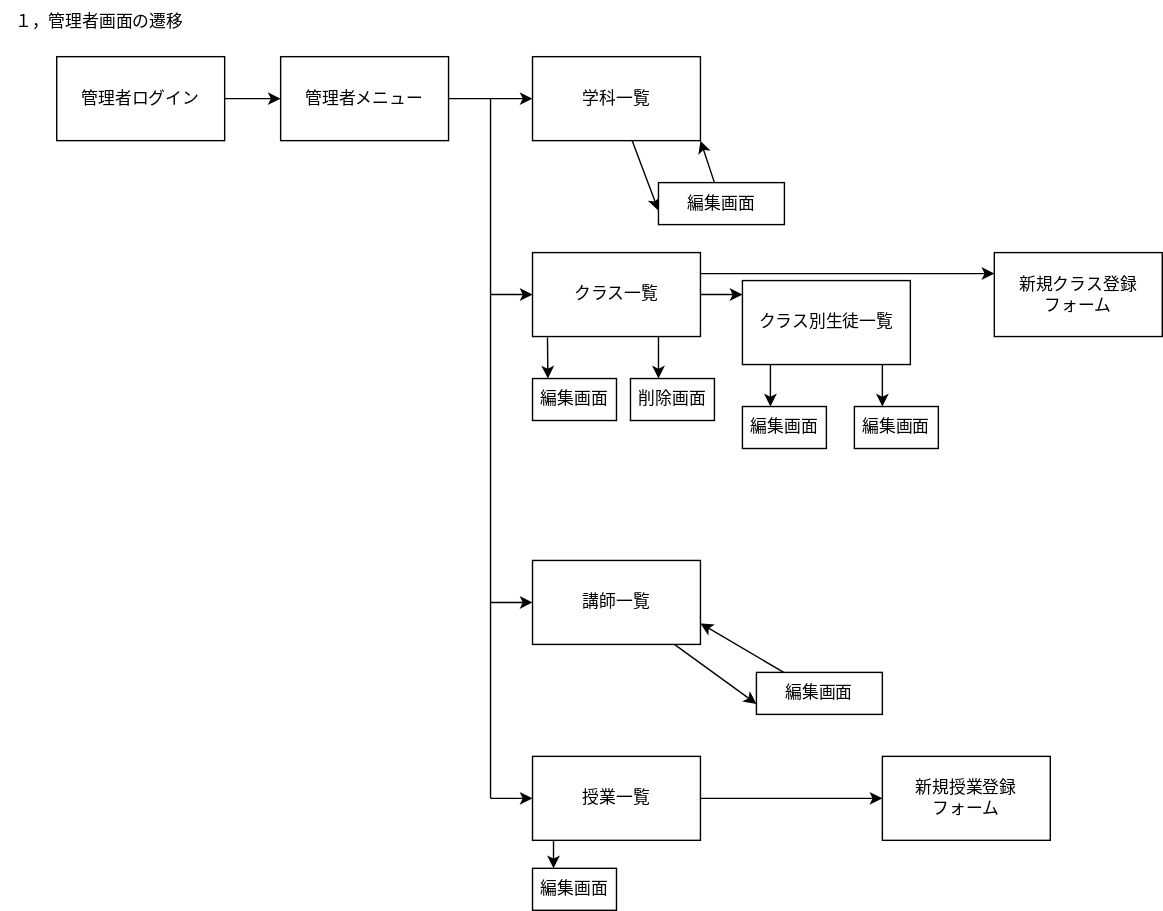
Above: teamG3.drawio.svg in Skypeace8585/uml-introduction (draw.io), before the change. Source tidied: cells renumbered, new cells last; positions are measured from the earlier drawing's top-left corner, leaving out a move shared by most shapes.
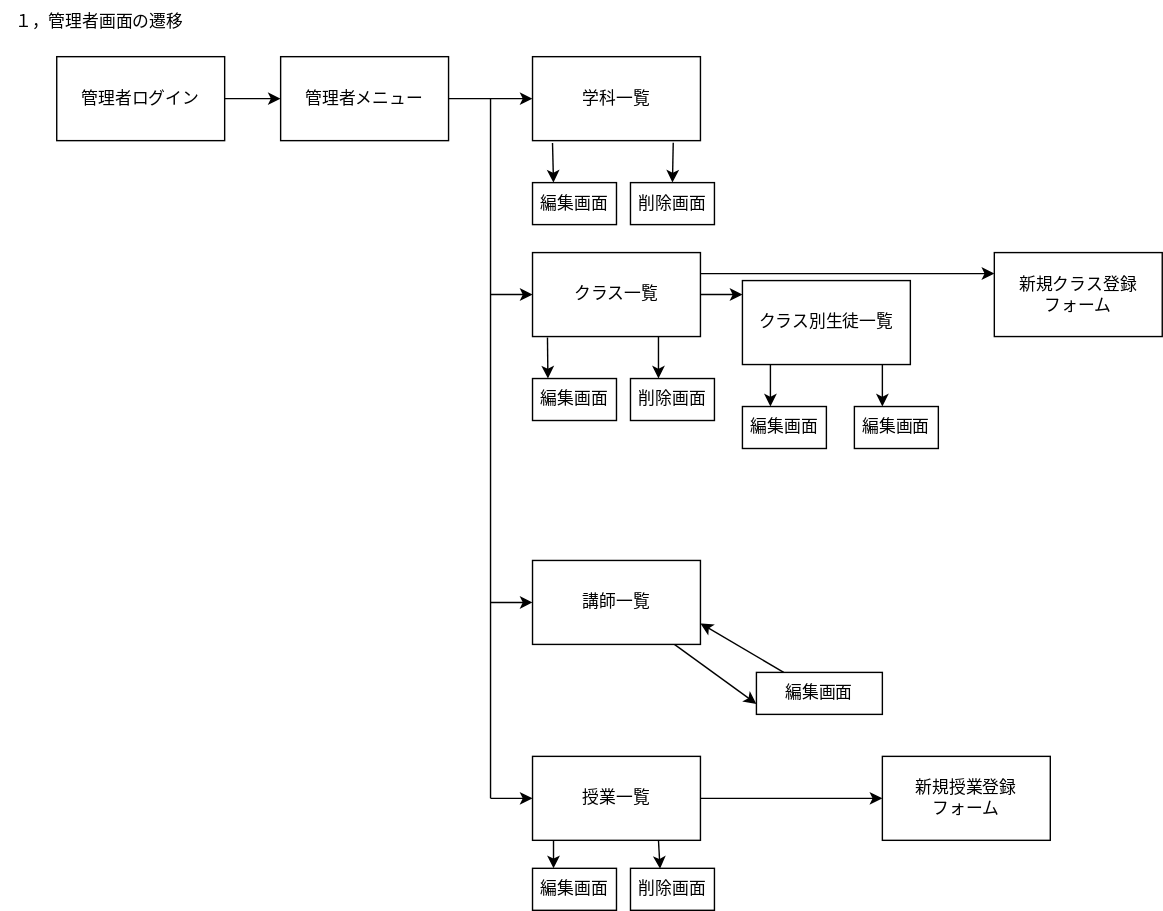
Above is the later version.

Diff of the diagram source:
```diff
@@ -17,11 +17,6 @@
     <mxCell id="6" value="管理者メニュー" style="rounded=0;whiteSpace=wrap;html=1;" parent="1" vertex="1">
       <mxGeometry x="200" y="40" width="120" height="60" as="geometry" />
     </mxCell>
-    <mxCell id="7" style="edgeStyle=none;html=1;" parent="1" edge="1" source="8">
-      <mxGeometry relative="1" as="geometry">
-        <mxPoint x="470" y="150" as="targetPoint" />
-      </mxGeometry>
-    </mxCell>
     <mxCell id="8" value="学科一覧" style="rounded=0;whiteSpace=wrap;html=1;" parent="1" vertex="1">
       <mxGeometry x="380" y="40" width="120" height="60" as="geometry" />
     </mxCell>
@@ -65,12 +60,6 @@
         <mxPoint x="350" y="430" as="sourcePoint" />
       </mxGeometry>
     </mxCell>
-    <mxCell id="18" style="edgeStyle=none;html=1;entryX=1;entryY=1;entryDx=0;entryDy=0;" parent="1" edge="1" source="19" target="8">
-      <mxGeometry relative="1" as="geometry" />
-    </mxCell>
-    <mxCell id="19" value="編集画面" style="rounded=0;whiteSpace=wrap;html=1;" parent="1" vertex="1">
-      <mxGeometry x="470" y="130" width="90" height="30" as="geometry" />
-    </mxCell>
     <mxCell id="20" value="編集画面" style="rounded=0;whiteSpace=wrap;html=1;" parent="1" vertex="1">
       <mxGeometry x="380" y="270" width="60" height="30" as="geometry" />
     </mxCell>
@@ -134,5 +123,23 @@
         <mxPoint x="395" y="600" as="sourcePoint" />
       </mxGeometry>
     </mxCell>
+    <mxCell id="19" value="編集画面" style="rounded=0;whiteSpace=wrap;html=1;" parent="1" vertex="1">
+      <mxGeometry x="380" y="130" width="60" height="30" as="geometry" />
+    </mxCell>
+    <mxCell id="37" style="edgeStyle=none;html=1;exitX=0.119;exitY=1.029;exitDx=0;exitDy=0;exitPerimeter=0;entryX=0.25;entryY=0;entryDx=0;entryDy=0;" parent="1" edge="1" source="8" target="19">
+      <mxGeometry relative="1" as="geometry" />
+    </mxCell>
+    <mxCell id="38" value="削除画面" style="rounded=0;whiteSpace=wrap;html=1;" parent="1" vertex="1">
+      <mxGeometry x="450" y="130" width="60" height="30" as="geometry" />
+    </mxCell>
+    <mxCell id="39" style="edgeStyle=none;html=1;exitX=0.838;exitY=1.024;exitDx=0;exitDy=0;exitPerimeter=0;entryX=0.5;entryY=0;entryDx=0;entryDy=0;" parent="1" edge="1" source="8" target="38">
+      <mxGeometry relative="1" as="geometry" />
+    </mxCell>
+    <mxCell id="40" value="削除画面" style="rounded=0;whiteSpace=wrap;html=1;" parent="1" vertex="1">
+      <mxGeometry x="450" y="620" width="60" height="30" as="geometry" />
+    </mxCell>
+    <mxCell id="41" style="edgeStyle=none;html=1;entryX=0.352;entryY=0.009;entryDx=0;entryDy=0;exitX=0.75;exitY=1;exitDx=0;exitDy=0;entryPerimeter=0;" parent="1" edge="1" source="24" target="40">
+      <mxGeometry relative="1" as="geometry" />
+    </mxCell>
   </root>
 </mxGraphModel>
```
